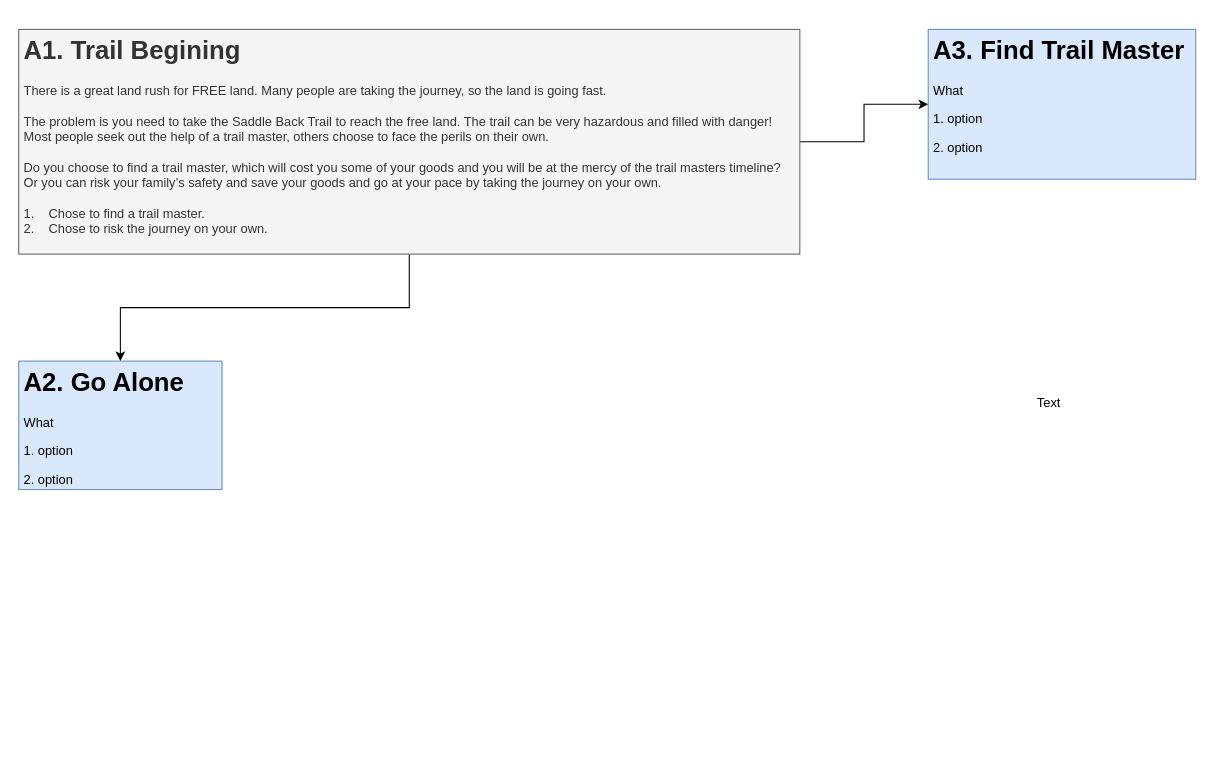
The draw.io diagram SaddleBack.drawio in lgrutland/AdventureGame, before the edit. Source tidied: cells renumbered, new cells numbered last; positions are measured from the earlier drawing's top-left corner, leaving out a move shared by most shapes. Both pictures are drawn from the tidied source at 107%, with x=0, y=0 at pixel (18, 29).
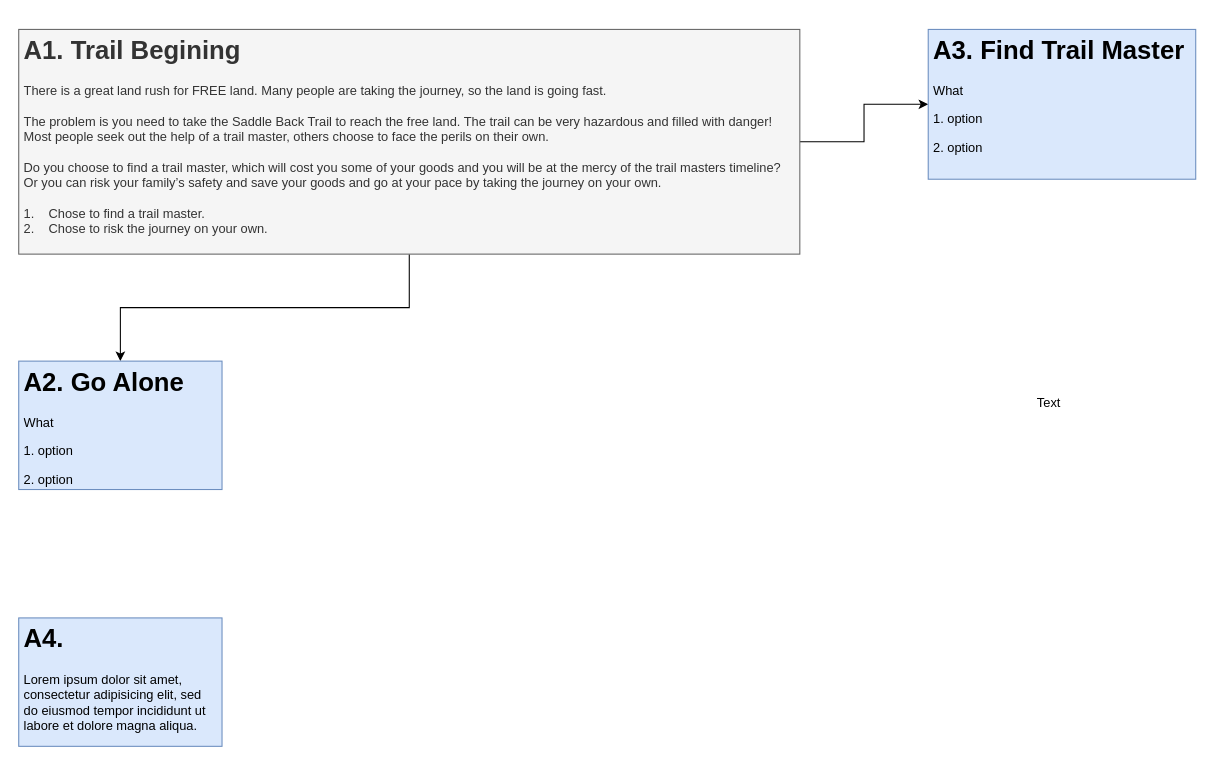
The same page after the edit.

What changed in the source:
```diff
@@
 <mxGraphModel>
   <root>
     <mxCell id="0" />
     <mxCell id="1" parent="0" />
     <mxCell id="2" style="edgeStyle=orthogonalEdgeStyle;rounded=0;jettySize=auto;html=1;exitX=0.5;exitY=1;exitDx=0;exitDy=0;entryX=0.5;entryY=0;entryDx=0;entryDy=0;" parent="1" edge="1" source="4" target="5">
       <mxGeometry relative="1" as="geometry" />
     </mxCell>
     <mxCell id="3" style="edgeStyle=orthogonalEdgeStyle;rounded=0;jettySize=auto;html=1;exitX=1;exitY=0.5;exitDx=0;exitDy=0;" parent="1" edge="1" source="4" target="6">
       <mxGeometry relative="1" as="geometry" />
     </mxCell>
     <mxCell id="4" value="&lt;h1&gt;A1. Trail Begining&lt;br&gt;&lt;/h1&gt;&lt;p&gt;There is a great land rush for FREE land. Many people are taking the journey, so the land is going fast.&lt;br&gt;&lt;br&gt;The problem is you need to take the Saddle Back Trail to reach the free land. The trail can be very hazardous and filled with danger! Most people seek out the help of a trail master, others choose to face the perils on their own.&lt;br&gt;&lt;br&gt;Do you choose to find a trail master, which will cost you some of your goods and you will be at the mercy of the trail masters timeline? Or you can risk your family’s safety and save your goods and go at your pace by taking the journey on your own.&lt;br&gt;&lt;br&gt;1.&amp;nbsp;&amp;nbsp; &amp;nbsp;Chose to find a trail master.&lt;br&gt;2.&amp;nbsp;&amp;nbsp; &amp;nbsp;Chose to risk the journey on your own.&lt;br&gt;&lt;br&gt;&lt;/p&gt;" style="text;html=1;strokeColor=#666666;fillColor=#f5f5f5;spacing=5;spacingTop=-20;whiteSpace=wrap;overflow=hidden;rounded=0;fontColor=#333333;" parent="1" vertex="1">
       <mxGeometry width="730" height="210" as="geometry" />
     </mxCell>
     <mxCell id="5" value="&lt;h1&gt;A2. Go Alone&lt;br&gt;&lt;/h1&gt;&lt;p&gt;What&lt;/p&gt;&lt;p&gt;1. option&lt;/p&gt;&lt;p&gt;2. option&lt;br&gt;&lt;/p&gt;" style="text;html=1;strokeColor=#6c8ebf;fillColor=#dae8fc;spacing=5;spacingTop=-20;whiteSpace=wrap;overflow=hidden;rounded=0;" parent="1" vertex="1">
       <mxGeometry y="310" width="190" height="120" as="geometry" />
     </mxCell>
     <mxCell id="6" value="&lt;h1&gt;A3. Find Trail Master&lt;br&gt;&lt;/h1&gt;&lt;p&gt;What&lt;/p&gt;&lt;p&gt;1. option&lt;/p&gt;&lt;p&gt;2. option&lt;br&gt;&lt;/p&gt;" style="text;html=1;strokeColor=#6c8ebf;fillColor=#dae8fc;spacing=5;spacingTop=-20;whiteSpace=wrap;overflow=hidden;rounded=0;" parent="1" vertex="1">
       <mxGeometry x="850" width="250" height="140" as="geometry" />
     </mxCell>
     <mxCell id="7" value="Text" style="text;html=1;align=left;verticalAlign=top;spacingTop=-4;" parent="1" vertex="1">
       <mxGeometry x="950" y="339" width="40" height="20" as="geometry" />
     </mxCell>
+    <mxCell id="8" value="&lt;h1&gt;A4. &lt;br&gt;&lt;/h1&gt;&lt;p&gt;Lorem ipsum dolor sit amet, consectetur adipisicing elit, sed do eiusmod tempor incididunt ut labore et dolore magna aliqua.&lt;/p&gt;" style="text;html=1;strokeColor=#6c8ebf;fillColor=#dae8fc;spacing=5;spacingTop=-20;whiteSpace=wrap;overflow=hidden;rounded=0;" parent="1" vertex="1">
+      <mxGeometry y="550" width="190" height="120" as="geometry" />
+    </mxCell>
   </root>
 </mxGraphModel>
```
